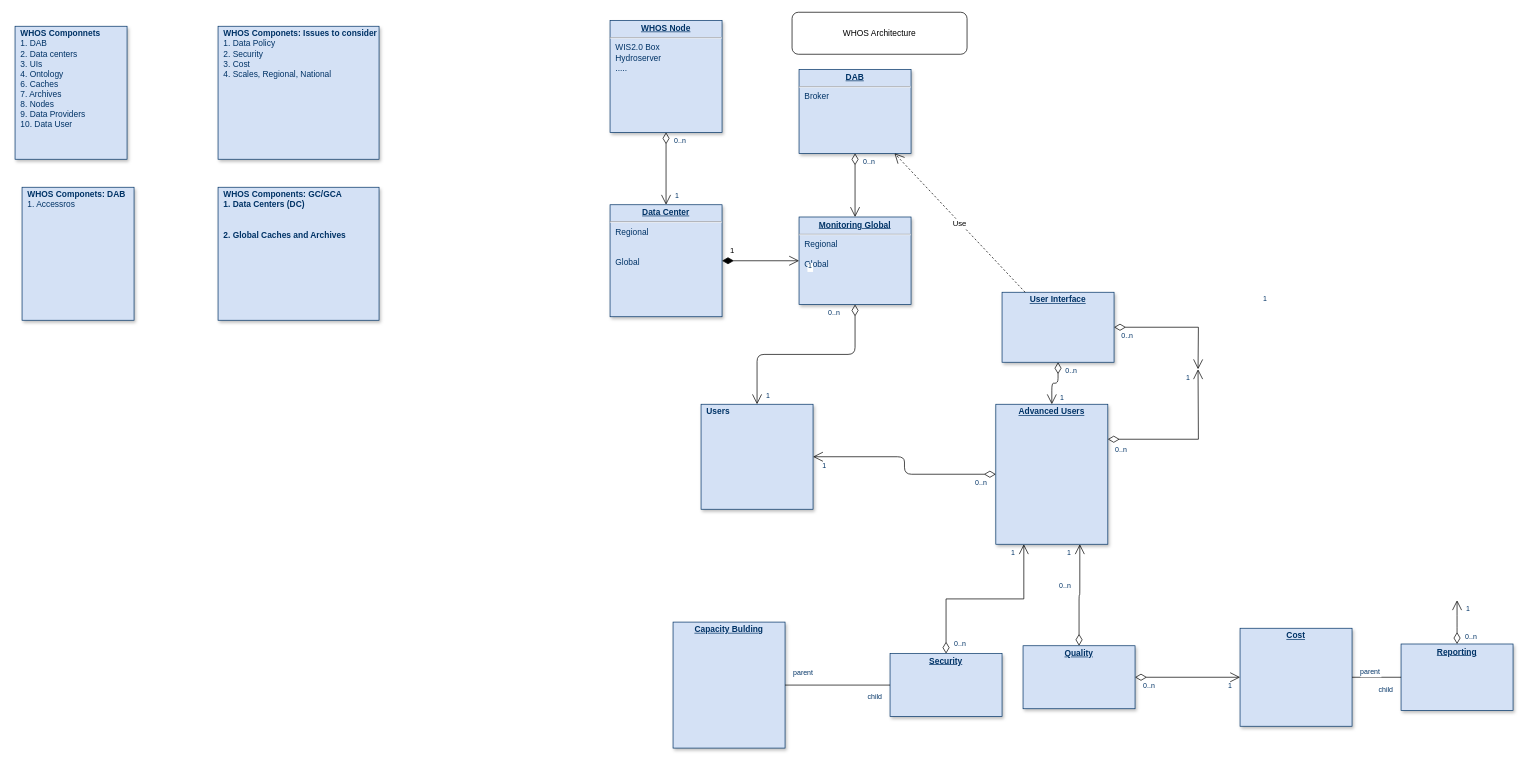
disiiwash/Test keeps this draw.io diagram as page "WHOS operational plan2" (2 of 2) of free software/Untitled Diagram.drawio. Above is the earlier version. Source tidied: cells renumbered, new cells numbered last; positions are measured from the earlier drawing's top-left corner, leaving out a move shared by most shapes. Both pictures are drawn from the tidied source at 70%, with x=0, y=0 at pixel (15, 12).
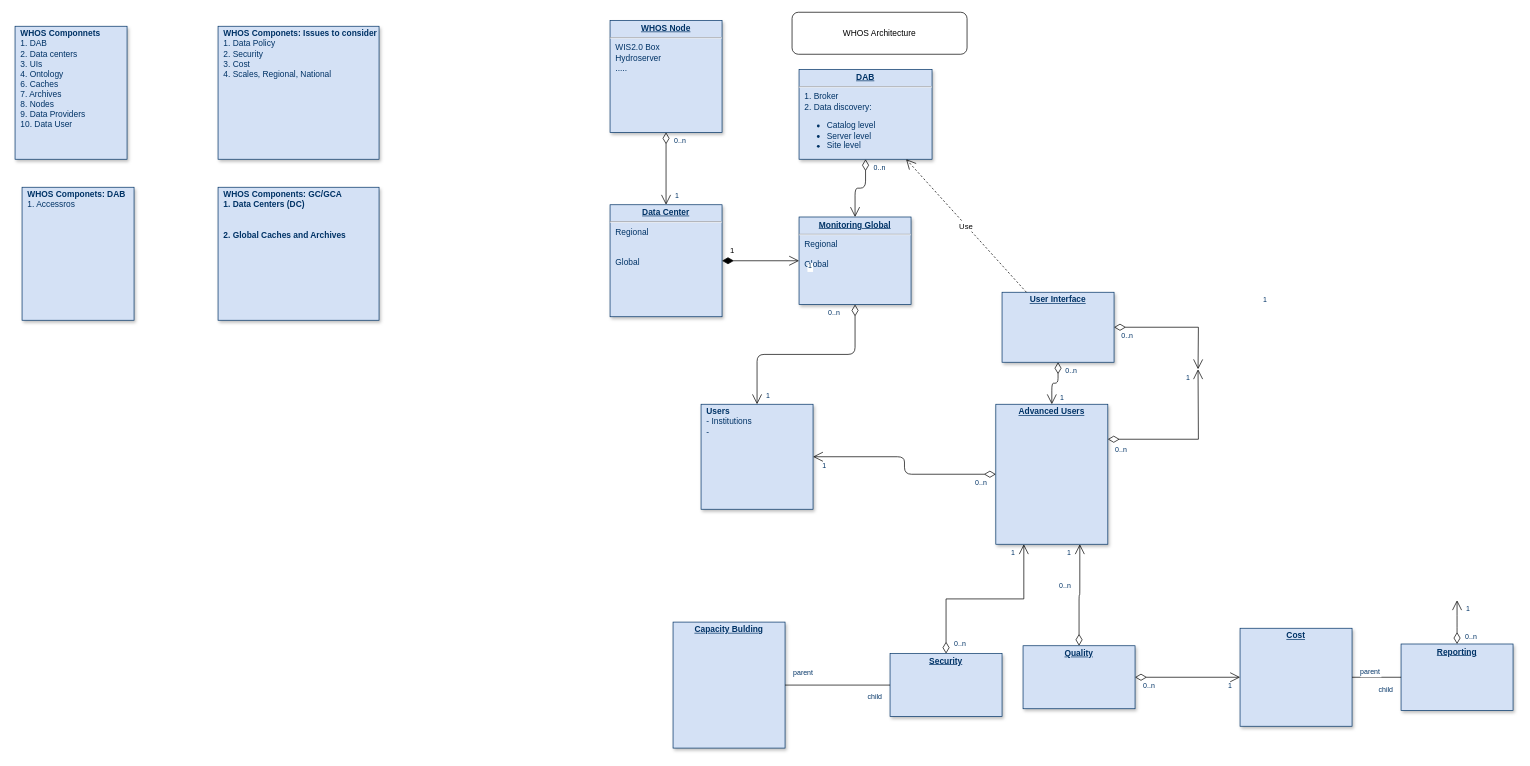
The same page after the edit.

What changed in the source:
```diff
@@
-    <mxCell id="2" value="&lt;p style=&quot;margin: 0px; margin-top: 4px; text-align: center; text-decoration: underline;&quot;&gt;&lt;strong&gt;DAB&lt;/strong&gt;&lt;/p&gt;&lt;hr&gt;&lt;p style=&quot;margin: 0px; margin-left: 8px;&quot;&gt;Broker&lt;/p&gt;" style="verticalAlign=top;align=left;overflow=fill;fontSize=12;fontFamily=Helvetica;html=1;strokeColor=#003366;shadow=1;fillColor=#D4E1F5;fontColor=#003366;" parent="1" vertex="1">
-      <mxGeometry x="1120" y="81.6" width="160" height="120" as="geometry" />
+    <mxCell id="2" value="&lt;p style=&quot;margin: 0px; margin-top: 4px; text-align: center; text-decoration: underline;&quot;&gt;&lt;strong&gt;DAB&lt;/strong&gt;&lt;/p&gt;&lt;hr&gt;&lt;p style=&quot;margin: 0px; margin-left: 8px;&quot;&gt;1. Broker&lt;/p&gt;&lt;p style=&quot;margin: 0px; margin-left: 8px;&quot;&gt;&lt;span style=&quot;background-color: initial;&quot;&gt;2. Data discovery:&lt;/span&gt;&lt;/p&gt;&lt;p style=&quot;margin: 0px; margin-left: 8px;&quot;&gt;&lt;/p&gt;&lt;ul&gt;&lt;li&gt;&lt;span style=&quot;background-color: initial;&quot;&gt;Catalog level&lt;/span&gt;&lt;/li&gt;&lt;li&gt;&lt;span style=&quot;background-color: initial;&quot;&gt;Server level&lt;/span&gt;&lt;/li&gt;&lt;li&gt;&lt;span style=&quot;background-color: initial;&quot;&gt;Site level&lt;/span&gt;&lt;/li&gt;&lt;/ul&gt;&lt;p&gt;&lt;/p&gt;&lt;p style=&quot;margin: 0px; margin-left: 8px;&quot;&gt;&lt;span style=&quot;background-color: initial;&quot;&gt;&lt;span style=&quot;white-space: pre;&quot;&gt;&#9;&lt;/span&gt;&lt;br&gt;&lt;/span&gt;&lt;/p&gt;&lt;p style=&quot;margin: 0px; margin-left: 8px;&quot;&gt;&lt;br&gt;&lt;/p&gt;" style="verticalAlign=top;align=left;overflow=fill;fontSize=12;fontFamily=Helvetica;html=1;strokeColor=#003366;shadow=1;fillColor=#D4E1F5;fontColor=#003366;" parent="1" vertex="1">
+      <mxGeometry x="1120" y="81.6" width="190" height="128.4" as="geometry" />
     </mxCell>
@@
-    <mxCell id="6" value="&lt;p style=&quot;margin: 0px; margin-top: 4px; text-align: center; text-decoration: underline;&quot;&gt;&lt;/p&gt;&lt;p style=&quot;margin: 0px; margin-left: 8px;&quot;&gt;&lt;b&gt;Users&lt;/b&gt;&lt;/p&gt;&lt;p style=&quot;margin: 0px; margin-left: 8px;&quot;&gt;&lt;br&gt;&lt;/p&gt;" style="verticalAlign=top;align=left;overflow=fill;fontSize=12;fontFamily=Helvetica;html=1;strokeColor=#003366;shadow=1;fillColor=#D4E1F5;fontColor=#003366;" parent="1" vertex="1">
+    <mxCell id="6" value="&lt;p style=&quot;margin: 0px; margin-top: 4px; text-align: center; text-decoration: underline;&quot;&gt;&lt;/p&gt;&lt;p style=&quot;margin: 0px; margin-left: 8px;&quot;&gt;&lt;b&gt;Users&lt;/b&gt;&lt;/p&gt;&lt;p style=&quot;margin: 0px; margin-left: 8px;&quot;&gt;- Institutions&lt;/p&gt;&lt;p style=&quot;margin: 0px; margin-left: 8px;&quot;&gt;-&amp;nbsp;&lt;/p&gt;" style="verticalAlign=top;align=left;overflow=fill;fontSize=12;fontFamily=Helvetica;html=1;strokeColor=#003366;shadow=1;fillColor=#D4E1F5;fontColor=#003366;" parent="1" vertex="1">
       <mxGeometry x="980" y="560" width="160" height="150" as="geometry" />
     </mxCell>
```
